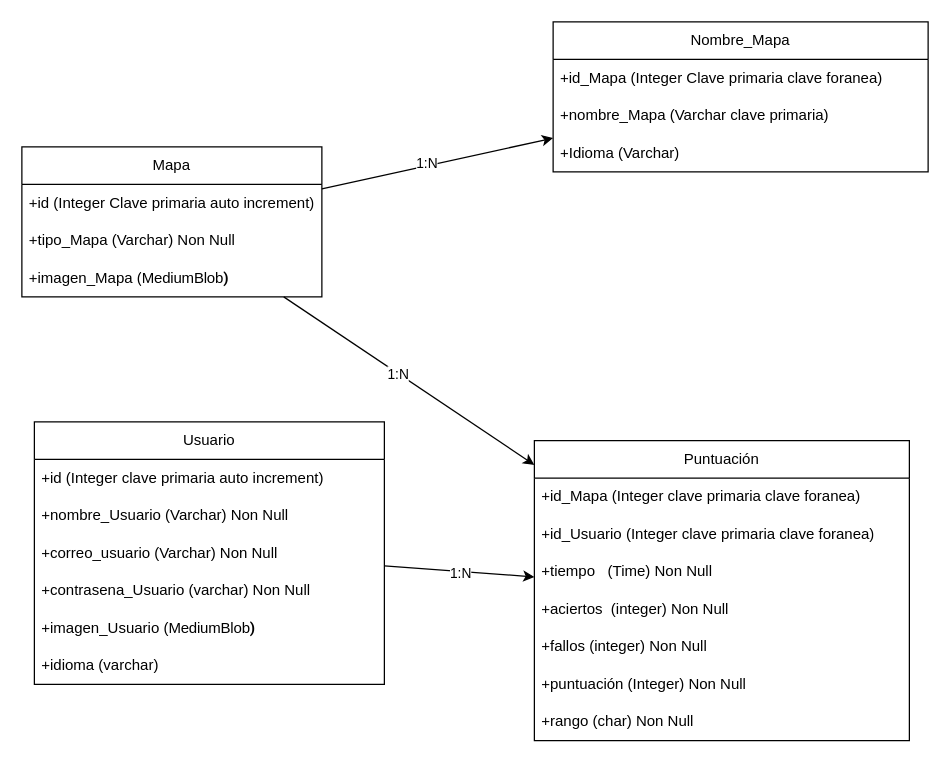
The draw.io diagram Esquema_Euromap_Kid.drawio in Borja-68/EuromapKids, before the edit. Source tidied: cells renumbered, new cells numbered last; positions are measured from the earlier drawing's top-left corner, leaving out a move shared by most shapes. Both pictures are drawn from the tidied source at 125%, with x=0, y=0 at pixel (21, 21).
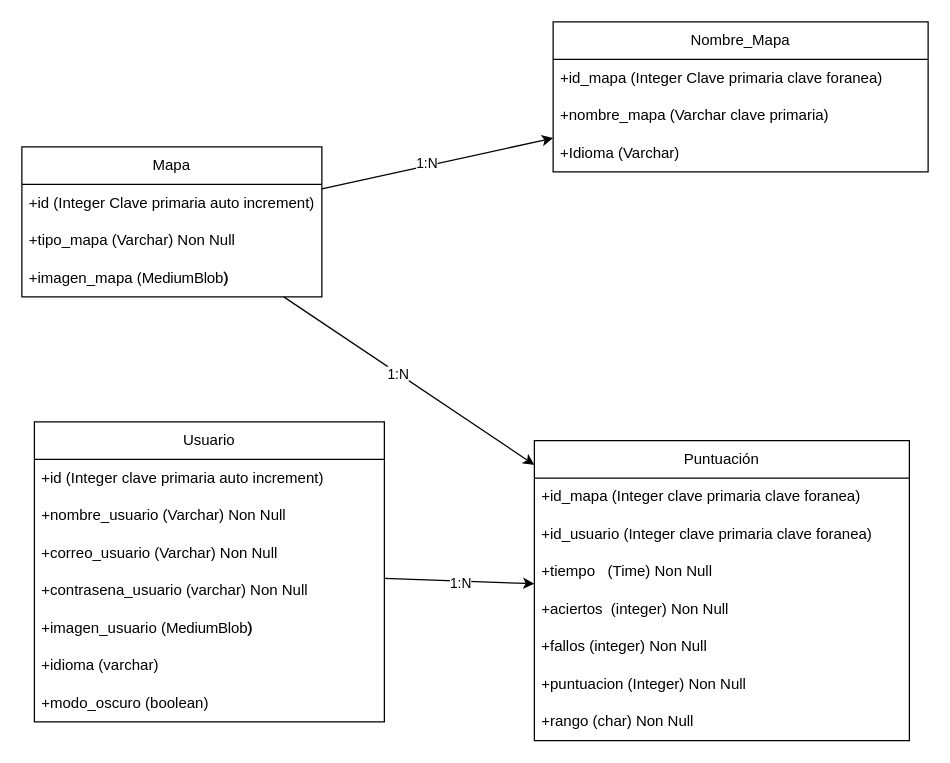
Above is the later version.

Commit message (it also covers changes not shown here):
Cambios a esquema y creacion de sql para la base de datos

The change refers to these unchanged cells:
```xml
<mxCell id="11" value="Puntuación" style="swimlane;fontStyle=0;horizontal=1;startSize=30;whiteSpace=wrap;html=1;" parent="1" vertex="1">
  <mxGeometry x="410" y="335" width="300" height="240" as="geometry" />
</mxCell>
<mxCell id="23" value="Mapa" style="swimlane;fontStyle=0;horizontal=1;startSize=30;whiteSpace=wrap;html=1;" parent="1" vertex="1">
  <mxGeometry y="100" width="240" height="120" as="geometry" />
</mxCell>
<mxCell id="27" value="Nombre_Mapa" style="swimlane;fontStyle=0;horizontal=1;startSize=30;whiteSpace=wrap;html=1;" parent="1" vertex="1">
  <mxGeometry x="425" width="300" height="120" as="geometry" />
</mxCell>
```

What changed in the source:
```diff
@@
     <mxCell id="4" value="Usuario" style="swimlane;fontStyle=0;horizontal=1;startSize=30;whiteSpace=wrap;html=1;" parent="1" vertex="1">
-      <mxGeometry x="10" y="320" width="280" height="210" as="geometry" />
+      <mxGeometry x="10" y="320" width="280" height="240" as="geometry" />
     </mxCell>
@@
-    <mxCell id="6" value="+nombre_Usuario (Varchar) Non Null" style="text;strokeColor=none;fillColor=none;align=left;verticalAlign=middle;spacingLeft=4;spacingRight=4;overflow=hidden;whiteSpace=wrap;html=1;" parent="4" vertex="1">
+    <mxCell id="6" value="+nombre_usuario (Varchar) Non Null" style="text;strokeColor=none;fillColor=none;align=left;verticalAlign=middle;spacingLeft=4;spacingRight=4;overflow=hidden;whiteSpace=wrap;html=1;" parent="4" vertex="1">
       <mxGeometry y="60" width="280" height="30" as="geometry" />
     </mxCell>
@@
-    <mxCell id="8" value="+contrasena_Usuario (varchar) Non Null" style="text;strokeColor=none;fillColor=none;align=left;verticalAlign=middle;spacingLeft=4;spacingRight=4;overflow=hidden;whiteSpace=wrap;html=1;" parent="4" vertex="1">
+    <mxCell id="8" value="+contrasena_usuario (varchar) Non Null" style="text;strokeColor=none;fillColor=none;align=left;verticalAlign=middle;spacingLeft=4;spacingRight=4;overflow=hidden;whiteSpace=wrap;html=1;" parent="4" vertex="1">
       <mxGeometry y="120" width="280" height="30" as="geometry" />
     </mxCell>
-    <mxCell id="9" value="&lt;font&gt;&lt;font style=&quot;color: rgb(0, 0, 0);&quot;&gt;+imagen_Usuario (&lt;/font&gt;&lt;span style=&quot;letter-spacing: -0.16px; background-color: rgb(255, 255, 255);&quot;&gt;&lt;font style=&quot;color: rgb(0, 0, 0);&quot; face=&quot;Helvetica&quot;&gt;MediumBlob&lt;/font&gt;&lt;b style=&quot;color: light-dark(rgb(0, 0, 0), rgb(237, 237, 237)); font-family: &amp;quot;segoe sans variable&amp;quot;, roboto, helvetica, sans-serif;&quot;&gt;)&lt;/b&gt;&lt;/span&gt;&lt;/font&gt;" style="text;strokeColor=none;fillColor=none;align=left;verticalAlign=middle;spacingLeft=4;spacingRight=4;overflow=hidden;whiteSpace=wrap;html=1;" parent="4" vertex="1">
+    <mxCell id="9" value="&lt;font&gt;&lt;font style=&quot;color: rgb(0, 0, 0);&quot;&gt;+imagen_usuario (&lt;/font&gt;&lt;span style=&quot;letter-spacing: -0.16px; background-color: rgb(255, 255, 255);&quot;&gt;&lt;font style=&quot;color: rgb(0, 0, 0);&quot; face=&quot;Helvetica&quot;&gt;MediumBlob&lt;/font&gt;&lt;b style=&quot;color: light-dark(rgb(0, 0, 0), rgb(237, 237, 237)); font-family: &amp;quot;segoe sans variable&amp;quot;, roboto, helvetica, sans-serif;&quot;&gt;)&lt;/b&gt;&lt;/span&gt;&lt;/font&gt;" style="text;strokeColor=none;fillColor=none;align=left;verticalAlign=middle;spacingLeft=4;spacingRight=4;overflow=hidden;whiteSpace=wrap;html=1;" parent="4" vertex="1">
       <mxGeometry y="150" width="280" height="30" as="geometry" />
     </mxCell>
@@
+    <mxCell id="31" value="+modo_oscuro (boolean)" style="text;strokeColor=none;fillColor=none;align=left;verticalAlign=middle;spacingLeft=4;spacingRight=4;overflow=hidden;whiteSpace=wrap;html=1;" parent="4" vertex="1">
+      <mxGeometry y="210" width="280" height="30" as="geometry" />
+    </mxCell>
@@
-    <mxCell id="12" value="+id_Mapa (Integer clave primaria clave foranea)" style="text;strokeColor=none;fillColor=none;align=left;verticalAlign=middle;spacingLeft=4;spacingRight=4;overflow=hidden;whiteSpace=wrap;html=1;" parent="11" vertex="1">
+    <mxCell id="12" value="+id_mapa (Integer clave primaria clave foranea)" style="text;strokeColor=none;fillColor=none;align=left;verticalAlign=middle;spacingLeft=4;spacingRight=4;overflow=hidden;whiteSpace=wrap;html=1;" parent="11" vertex="1">
       <mxGeometry y="30" width="300" height="30" as="geometry" />
     </mxCell>
-    <mxCell id="13" value="+id_Usuario (Integer&amp;nbsp;&lt;span style=&quot;color: rgb(0, 0, 0);&quot;&gt;clave primaria clave foranea)&lt;/span&gt;" style="text;strokeColor=none;fillColor=none;align=left;verticalAlign=middle;spacingLeft=4;spacingRight=4;overflow=hidden;whiteSpace=wrap;html=1;" parent="11" vertex="1">
+    <mxCell id="13" value="+id_usuario (Integer&amp;nbsp;&lt;span style=&quot;color: rgb(0, 0, 0);&quot;&gt;clave primaria clave foranea)&lt;/span&gt;" style="text;strokeColor=none;fillColor=none;align=left;verticalAlign=middle;spacingLeft=4;spacingRight=4;overflow=hidden;whiteSpace=wrap;html=1;" parent="11" vertex="1">
       <mxGeometry y="60" width="300" height="30" as="geometry" />
     </mxCell>
@@
-    <mxCell id="17" value="+puntuación (Integer) Non Null" style="text;strokeColor=none;fillColor=none;align=left;verticalAlign=middle;spacingLeft=4;spacingRight=4;overflow=hidden;whiteSpace=wrap;html=1;" parent="11" vertex="1">
+    <mxCell id="17" value="+puntuacion (Integer) Non Null" style="text;strokeColor=none;fillColor=none;align=left;verticalAlign=middle;spacingLeft=4;spacingRight=4;overflow=hidden;whiteSpace=wrap;html=1;" parent="11" vertex="1">
       <mxGeometry y="180" width="300" height="30" as="geometry" />
     </mxCell>
@@
-    <mxCell id="25" value="+tipo_Mapa (Varchar) Non Null" style="text;strokeColor=none;fillColor=none;align=left;verticalAlign=middle;spacingLeft=4;spacingRight=4;overflow=hidden;whiteSpace=wrap;html=1;" parent="23" vertex="1">
+    <mxCell id="25" value="+tipo_mapa (Varchar) Non Null" style="text;strokeColor=none;fillColor=none;align=left;verticalAlign=middle;spacingLeft=4;spacingRight=4;overflow=hidden;whiteSpace=wrap;html=1;" parent="23" vertex="1">
       <mxGeometry y="60" width="240" height="30" as="geometry" />
     </mxCell>
-    <mxCell id="26" value="&lt;font&gt;&lt;font style=&quot;color: rgb(0, 0, 0);&quot;&gt;+imagen_Mapa (&lt;/font&gt;&lt;span style=&quot;letter-spacing: -0.16px; background-color: rgb(255, 255, 255);&quot;&gt;&lt;font style=&quot;color: rgb(0, 0, 0);&quot; face=&quot;Helvetica&quot;&gt;MediumBlob&lt;/font&gt;&lt;b style=&quot;color: light-dark(rgb(0, 0, 0), rgb(237, 237, 237)); font-family: &amp;quot;segoe sans variable&amp;quot;, roboto, helvetica, sans-serif;&quot;&gt;)&lt;/b&gt;&lt;/span&gt;&lt;/font&gt;" style="text;strokeColor=none;fillColor=none;align=left;verticalAlign=middle;spacingLeft=4;spacingRight=4;overflow=hidden;whiteSpace=wrap;html=1;" parent="23" vertex="1">
+    <mxCell id="26" value="&lt;font&gt;&lt;font style=&quot;color: rgb(0, 0, 0);&quot;&gt;+imagen_mapa (&lt;/font&gt;&lt;span style=&quot;letter-spacing: -0.16px; background-color: rgb(255, 255, 255);&quot;&gt;&lt;font style=&quot;color: rgb(0, 0, 0);&quot; face=&quot;Helvetica&quot;&gt;MediumBlob&lt;/font&gt;&lt;b style=&quot;color: light-dark(rgb(0, 0, 0), rgb(237, 237, 237)); font-family: &amp;quot;segoe sans variable&amp;quot;, roboto, helvetica, sans-serif;&quot;&gt;)&lt;/b&gt;&lt;/span&gt;&lt;/font&gt;" style="text;strokeColor=none;fillColor=none;align=left;verticalAlign=middle;spacingLeft=4;spacingRight=4;overflow=hidden;whiteSpace=wrap;html=1;" parent="23" vertex="1">
       <mxGeometry y="90" width="240" height="30" as="geometry" />
     </mxCell>
@@
-    <mxCell id="28" value="&lt;span style=&quot;color: rgb(0, 0, 0);&quot;&gt;+id_Mapa (Integer Clave primaria clave foranea)&lt;/span&gt;" style="text;strokeColor=none;fillColor=none;align=left;verticalAlign=middle;spacingLeft=4;spacingRight=4;overflow=hidden;whiteSpace=wrap;html=1;" parent="27" vertex="1">
+    <mxCell id="28" value="&lt;span style=&quot;color: rgb(0, 0, 0);&quot;&gt;+id_mapa (Integer Clave primaria clave foranea)&lt;/span&gt;" style="text;strokeColor=none;fillColor=none;align=left;verticalAlign=middle;spacingLeft=4;spacingRight=4;overflow=hidden;whiteSpace=wrap;html=1;" parent="27" vertex="1">
       <mxGeometry y="30" width="300" height="30" as="geometry" />
     </mxCell>
-    <mxCell id="29" value="+nombre_Mapa (Varchar clave primaria)" style="text;strokeColor=none;fillColor=none;align=left;verticalAlign=middle;spacingLeft=4;spacingRight=4;overflow=hidden;whiteSpace=wrap;html=1;" parent="27" vertex="1">
+    <mxCell id="29" value="+nombre_mapa (Varchar clave primaria)" style="text;strokeColor=none;fillColor=none;align=left;verticalAlign=middle;spacingLeft=4;spacingRight=4;overflow=hidden;whiteSpace=wrap;html=1;" parent="27" vertex="1">
       <mxGeometry y="60" width="300" height="30" as="geometry" />
     </mxCell>
```
